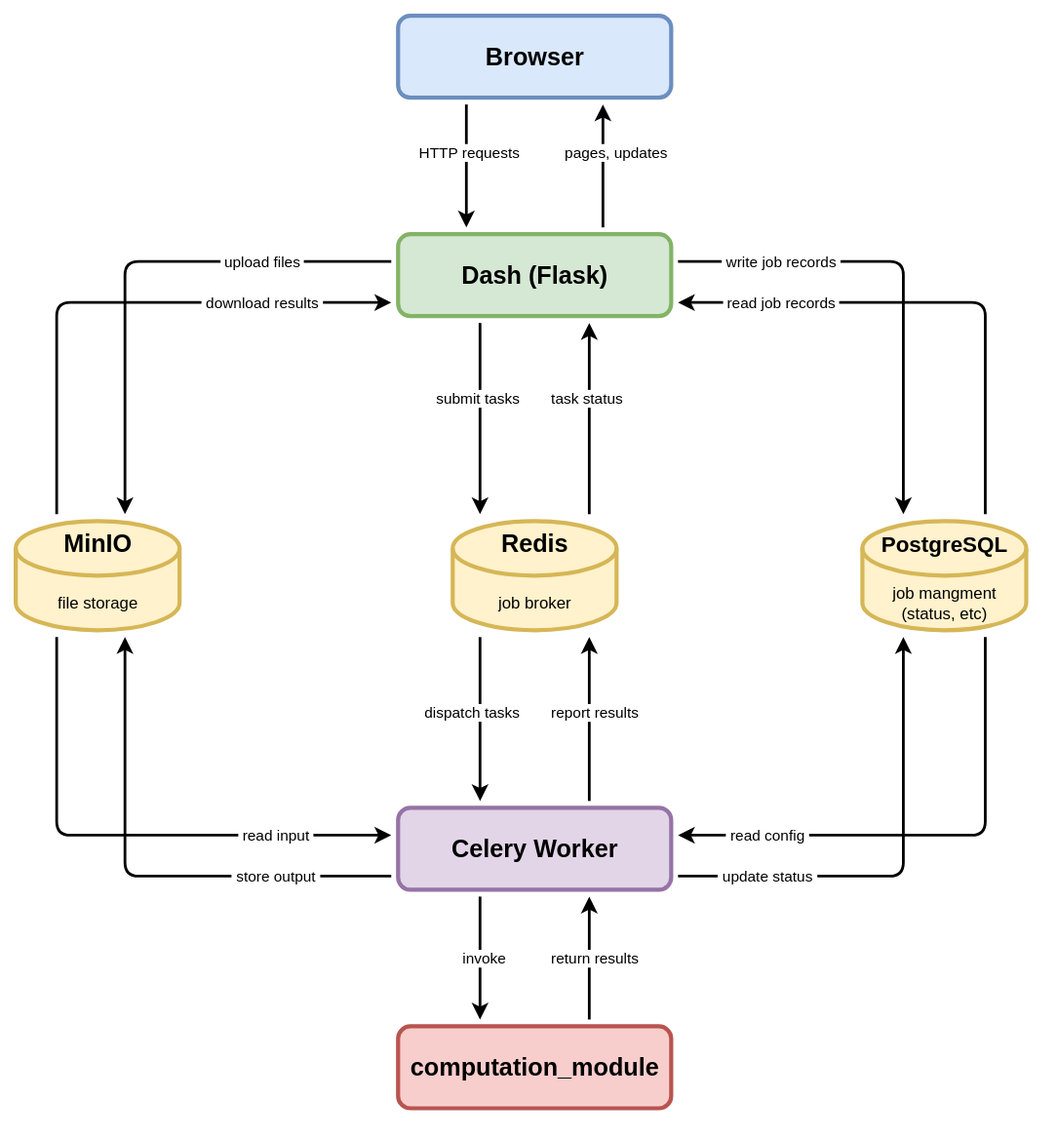
Above: docs/diagrams/architecture.svg in Helmholtz-UFZ/CosmoSuite (draw.io), before the change. Source tidied: cells renumbered, new cells last; positions are measured from the earlier drawing's top-left corner, leaving out a move shared by most shapes.
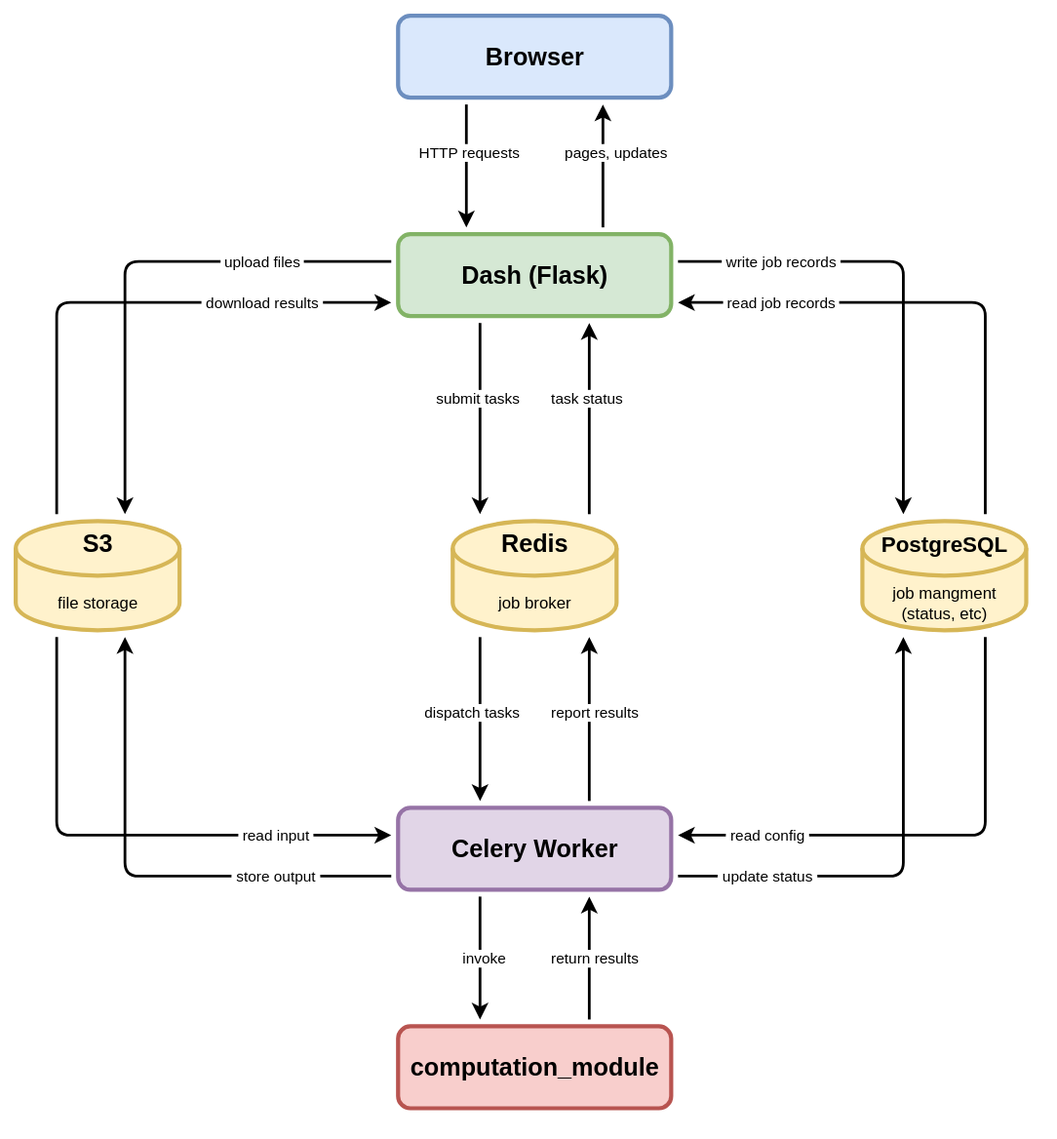
The same diagram one commit later.

The edit, as a diff of the source:
```diff
@@ -8,7 +8,7 @@
     <mxCell id="3" value="Dash (Flask)" style="rounded=1;whiteSpace=wrap;html=1;fontSize=18;fontStyle=1;strokeWidth=3;fillColor=#d5e8d4;strokeColor=#82b366;" parent="1" vertex="1">
       <mxGeometry x="280" y="160" width="200" height="60" as="geometry" />
     </mxCell>
-    <mxCell id="4" value="MinIO" style="shape=cylinder3;whiteSpace=wrap;html=1;fontSize=18;fontStyle=1;strokeWidth=3;fillColor=#fff2cc;strokeColor=#d6b656;size=20;verticalAlign=top;" parent="1" vertex="1">
+    <mxCell id="4" value="S3" style="shape=cylinder3;whiteSpace=wrap;html=1;fontSize=18;fontStyle=1;strokeWidth=3;fillColor=#fff2cc;strokeColor=#d6b656;size=20;verticalAlign=top;" parent="1" vertex="1">
       <mxGeometry y="370" width="120" height="80" as="geometry" />
     </mxCell>
     <mxCell id="5" value="Redis" style="shape=cylinder3;whiteSpace=wrap;html=1;fontSize=18;fontStyle=1;strokeWidth=3;fillColor=#fff2cc;strokeColor=#d6b656;size=20;verticalAlign=top;" parent="1" vertex="1">
```
